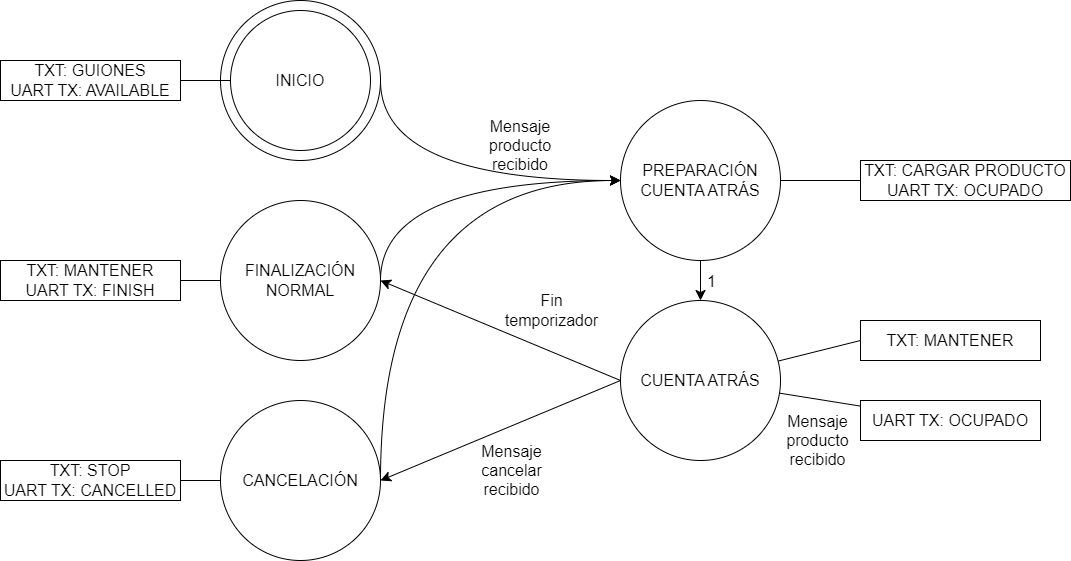
Above: Report/Diagrams/FSM-FPGA.drawio.png in echedey-ls/Sistemas_Electronicos_Digitales-Trabajos (draw.io), before the change. Source tidied: cells renumbered, new cells last; positions are measured from the earlier drawing's top-left corner, leaving out a move shared by most shapes. Source of this version:
```xml
<mxGraphModel>
  <root>
    <mxCell id="0" />
    <mxCell id="1" parent="0" />
    <mxCell id="2" style="edgeStyle=none;curved=1;rounded=0;jettySize=auto;html=1;exitX=1;exitY=0.5;exitDx=0;exitDy=0;fontSize=12;startSize=8;endSize=8;" parent="1" edge="1" source="3">
      <mxGeometry relative="1" as="geometry">
        <mxPoint x="620" y="180" as="targetPoint" />
        <Array as="points">
          <mxPoint x="380" y="180" />
        </Array>
      </mxGeometry>
    </mxCell>
    <mxCell id="3" style="ellipse;whiteSpace=wrap;html=1;fontSize=16;" parent="1" vertex="1">
      <mxGeometry x="220" width="160" height="160" as="geometry" />
    </mxCell>
    <mxCell id="4" style="edgeStyle=none;curved=1;rounded=0;jettySize=auto;html=1;exitX=0;exitY=0.5;exitDx=0;exitDy=0;entryX=1;entryY=0.5;entryDx=0;entryDy=0;fontSize=12;startSize=8;endSize=8;" parent="1" edge="1" source="8" target="13">
      <mxGeometry relative="1" as="geometry" />
    </mxCell>
    <mxCell id="5" value="Mensaje&lt;br&gt;cancelar&lt;br&gt;recibido" style="edgeLabel;html=1;align=center;verticalAlign=middle;fontSize=16;" parent="4" vertex="1">
      <mxGeometry x="-0.09" relative="1" as="geometry">
        <mxPoint y="44" as="offset" />
      </mxGeometry>
    </mxCell>
    <mxCell id="6" style="edgeStyle=none;curved=1;rounded=0;jettySize=auto;html=1;exitX=0;exitY=0.5;exitDx=0;exitDy=0;entryX=1;entryY=0.5;entryDx=0;entryDy=0;fontSize=12;startSize=8;endSize=8;" parent="1" edge="1" source="8" target="15">
      <mxGeometry relative="1" as="geometry" />
    </mxCell>
    <mxCell id="7" value="Fin&lt;br&gt;temporizador" style="edgeLabel;html=1;align=center;verticalAlign=middle;fontSize=16;" parent="6" vertex="1">
      <mxGeometry x="-0.36" y="3" relative="1" as="geometry">
        <mxPoint x="8" y="-41" as="offset" />
      </mxGeometry>
    </mxCell>
    <mxCell id="8" value="CUENTA ATRÁS" style="ellipse;whiteSpace=wrap;html=1;fontSize=16;" parent="1" vertex="1">
      <mxGeometry x="620" y="300" width="160" height="160" as="geometry" />
    </mxCell>
    <mxCell id="9" style="edgeStyle=none;curved=1;rounded=0;jettySize=auto;html=1;fontSize=12;startSize=8;endSize=8;" parent="1" edge="1" source="11" target="8">
      <mxGeometry relative="1" as="geometry" />
    </mxCell>
    <mxCell id="10" value="1" style="edgeLabel;html=1;align=center;verticalAlign=middle;fontSize=16;" parent="9" vertex="1">
      <mxGeometry x="0.02" relative="1" as="geometry">
        <mxPoint x="10" as="offset" />
      </mxGeometry>
    </mxCell>
    <mxCell id="11" value="PREPARACIÓN&lt;br&gt;CUENTA ATRÁS" style="ellipse;whiteSpace=wrap;html=1;fontSize=16;" parent="1" vertex="1">
      <mxGeometry x="620" y="100" width="160" height="160" as="geometry" />
    </mxCell>
    <mxCell id="12" style="edgeStyle=none;curved=1;rounded=0;jettySize=auto;html=1;exitX=1;exitY=0.5;exitDx=0;exitDy=0;entryX=0;entryY=0.5;entryDx=0;entryDy=0;fontSize=12;startSize=8;endSize=8;" parent="1" edge="1" source="13" target="11">
      <mxGeometry relative="1" as="geometry">
        <Array as="points">
          <mxPoint x="380" y="180" />
        </Array>
      </mxGeometry>
    </mxCell>
    <mxCell id="13" value="CANCELACIÓN" style="ellipse;whiteSpace=wrap;html=1;fontSize=16;" parent="1" vertex="1">
      <mxGeometry x="220" y="400" width="160" height="160" as="geometry" />
    </mxCell>
    <mxCell id="14" style="edgeStyle=none;curved=1;rounded=0;jettySize=auto;html=1;exitX=1;exitY=0.5;exitDx=0;exitDy=0;fontSize=12;startSize=8;endSize=8;" parent="1" edge="1" source="15">
      <mxGeometry relative="1" as="geometry">
        <mxPoint x="620" y="180" as="targetPoint" />
        <Array as="points">
          <mxPoint x="380" y="180" />
        </Array>
      </mxGeometry>
    </mxCell>
    <mxCell id="15" value="FINALIZACIÓN NORMAL" style="ellipse;whiteSpace=wrap;html=1;fontSize=16;" parent="1" vertex="1">
      <mxGeometry x="220" y="200" width="160" height="160" as="geometry" />
    </mxCell>
    <mxCell id="16" value="INICIO" style="ellipse;whiteSpace=wrap;html=1;fontSize=16;perimeterSpacing=0;strokeWidth=1;shadow=0;" parent="1" vertex="1">
      <mxGeometry x="230" y="10" width="140" height="140" as="geometry" />
    </mxCell>
    <mxCell id="17" style="edgeStyle=none;curved=1;rounded=0;jettySize=auto;html=1;fontSize=12;startSize=8;endSize=8;endArrow=none;endFill=0;" parent="1" edge="1" source="18" target="16">
      <mxGeometry relative="1" as="geometry" />
    </mxCell>
    <mxCell id="18" value="TXT: GUIONES&lt;br&gt;UART TX: AVAILABLE" style="rounded=0;whiteSpace=wrap;html=1;fontSize=16;" parent="1" vertex="1">
      <mxGeometry y="60" width="180" height="40" as="geometry" />
    </mxCell>
    <mxCell id="19" style="edgeStyle=none;curved=1;rounded=0;jettySize=auto;html=1;fontSize=12;startSize=8;endSize=8;endArrow=none;endFill=0;" parent="1" edge="1" source="20" target="15">
      <mxGeometry relative="1" as="geometry" />
    </mxCell>
    <mxCell id="20" value="TXT: MANTENER&lt;br&gt;UART TX: FINISH" style="rounded=0;whiteSpace=wrap;html=1;fontSize=16;" parent="1" vertex="1">
      <mxGeometry y="260" width="180" height="40" as="geometry" />
    </mxCell>
    <mxCell id="21" style="edgeStyle=none;curved=1;rounded=0;jettySize=auto;html=1;fontSize=12;startSize=8;endSize=8;endArrow=none;endFill=0;" parent="1" edge="1" source="22" target="13">
      <mxGeometry relative="1" as="geometry" />
    </mxCell>
    <mxCell id="22" value="TXT: STOP&lt;br&gt;UART TX: CANCELLED" style="rounded=0;whiteSpace=wrap;html=1;fontSize=16;" parent="1" vertex="1">
      <mxGeometry y="460" width="180" height="40" as="geometry" />
    </mxCell>
    <mxCell id="23" style="edgeStyle=none;curved=1;rounded=0;jettySize=auto;html=1;fontSize=12;startSize=8;endSize=8;endArrow=none;endFill=0;" parent="1" edge="1" source="24" target="11">
      <mxGeometry relative="1" as="geometry" />
    </mxCell>
    <mxCell id="24" value="TXT: CARGAR PRODUCTO&lt;br&gt;UART TX: OCUPADO" style="rounded=0;whiteSpace=wrap;html=1;fontSize=16;" parent="1" vertex="1">
      <mxGeometry x="860" y="160" width="210" height="40" as="geometry" />
    </mxCell>
    <mxCell id="25" style="edgeStyle=none;curved=1;rounded=0;jettySize=auto;html=1;fontSize=12;startSize=8;endSize=8;exitX=0;exitY=0.5;exitDx=0;exitDy=0;endArrow=none;endFill=0;" parent="1" edge="1" source="26" target="8">
      <mxGeometry relative="1" as="geometry" />
    </mxCell>
    <mxCell id="26" value="TXT: MANTENER" style="rounded=0;whiteSpace=wrap;html=1;fontSize=16;" parent="1" vertex="1">
      <mxGeometry x="860" y="320" width="180" height="40" as="geometry" />
    </mxCell>
    <mxCell id="27" style="edgeStyle=none;curved=1;rounded=0;jettySize=auto;html=1;fontSize=12;startSize=8;endSize=8;endArrow=none;endFill=0;" parent="1" edge="1" source="29" target="8">
      <mxGeometry relative="1" as="geometry" />
    </mxCell>
    <mxCell id="28" value="Mensaje&lt;br&gt;producto&lt;br&gt;recibido" style="edgeLabel;html=1;align=center;verticalAlign=middle;fontSize=16;" parent="27" vertex="1">
      <mxGeometry x="0.04" y="5" relative="1" as="geometry">
        <mxPoint y="36" as="offset" />
      </mxGeometry>
    </mxCell>
    <mxCell id="29" value="UART TX: OCUPADO" style="rounded=0;whiteSpace=wrap;html=1;fontSize=16;" parent="1" vertex="1">
      <mxGeometry x="860" y="400" width="180" height="40" as="geometry" />
    </mxCell>
    <mxCell id="30" value="Mensaje&lt;br&gt;producto&lt;br&gt;recibido" style="text;html=1;strokeColor=none;fillColor=none;align=center;verticalAlign=middle;whiteSpace=wrap;rounded=0;fontSize=16;" parent="1" vertex="1">
      <mxGeometry x="490" y="130" width="60" height="30" as="geometry" />
    </mxCell>
  </root>
</mxGraphModel>
```
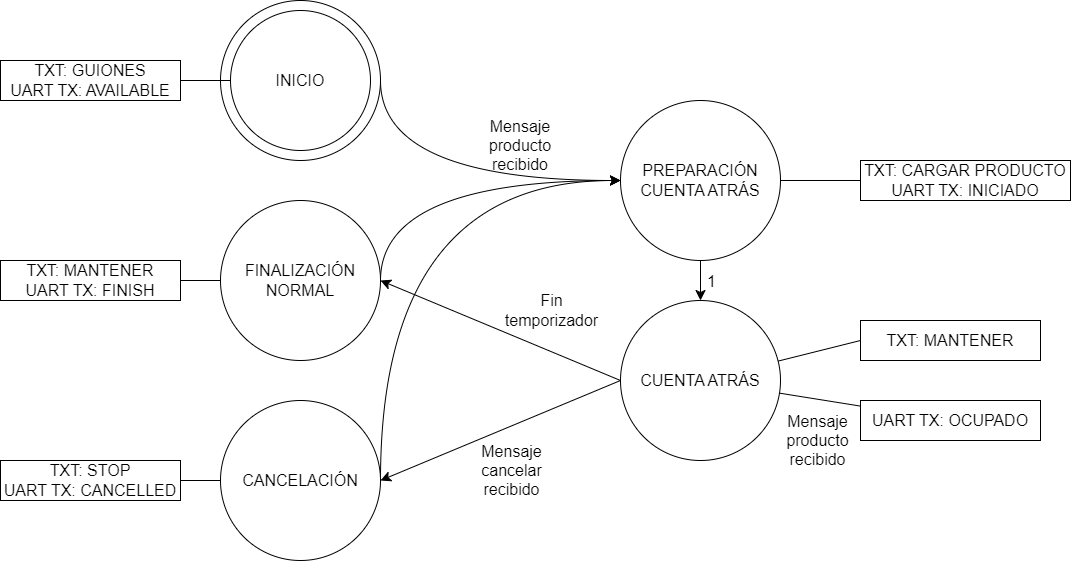
Above is the later version.

Commit message:
Update FPGA State Machine diagrams

What changed in the source:
```diff
@@ -88,7 +88,7 @@
     <mxCell id="23" style="edgeStyle=none;curved=1;rounded=0;jettySize=auto;html=1;fontSize=12;startSize=8;endSize=8;endArrow=none;endFill=0;" parent="1" edge="1" source="24" target="11">
       <mxGeometry relative="1" as="geometry" />
     </mxCell>
-    <mxCell id="24" value="TXT: CARGAR PRODUCTO&lt;br&gt;UART TX: OCUPADO" style="rounded=0;whiteSpace=wrap;html=1;fontSize=16;" parent="1" vertex="1">
+    <mxCell id="24" value="TXT: CARGAR PRODUCTO&lt;br&gt;UART TX: INICIADO" style="rounded=0;whiteSpace=wrap;html=1;fontSize=16;" parent="1" vertex="1">
       <mxGeometry x="860" y="160" width="210" height="40" as="geometry" />
     </mxCell>
     <mxCell id="25" style="edgeStyle=none;curved=1;rounded=0;jettySize=auto;html=1;fontSize=12;startSize=8;endSize=8;exitX=0;exitY=0.5;exitDx=0;exitDy=0;endArrow=none;endFill=0;" parent="1" edge="1" source="26" target="8">
```
